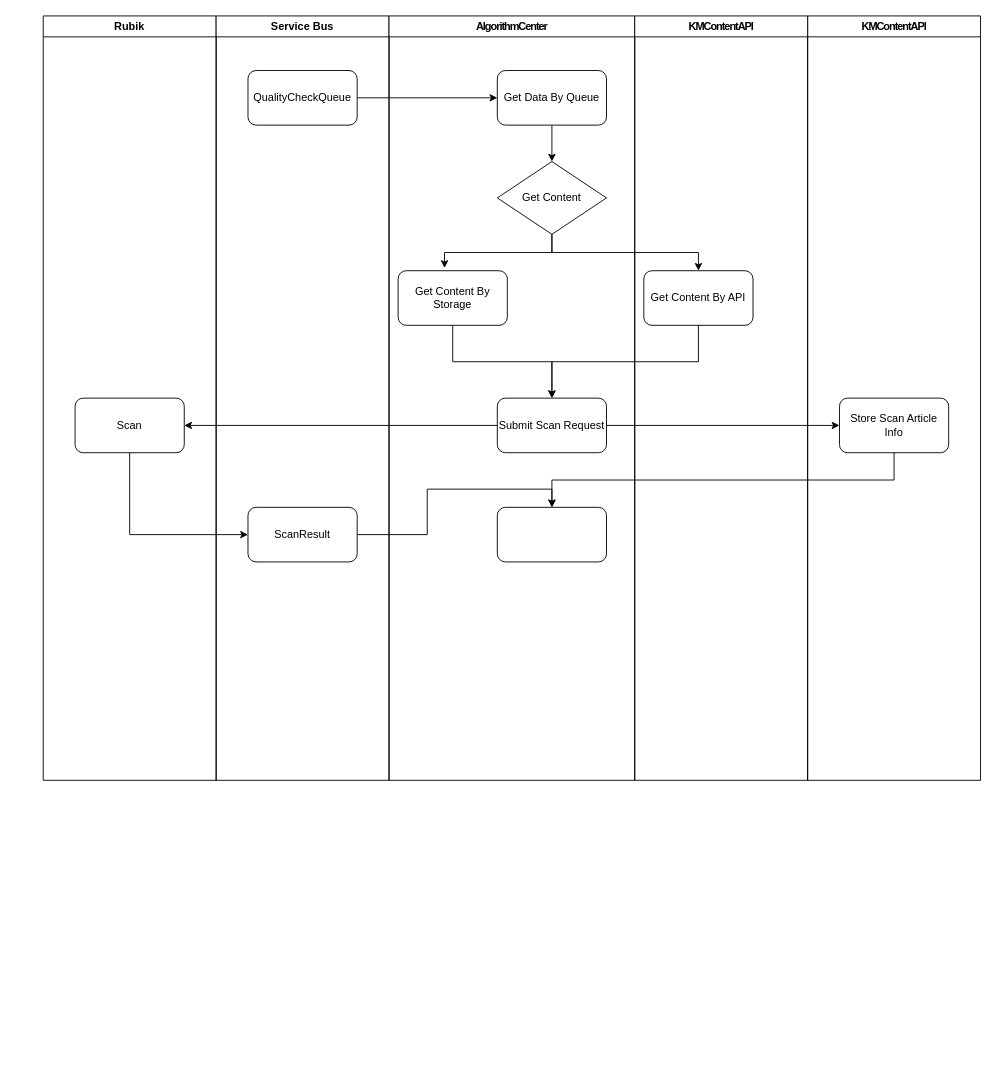
This is page "Page-1" (1 of 2) of KMAlgorithmCenterFunction.drawio from hy986/Repo_0110, a draw.io file, before an edit. Source tidied: cells renumbered, new cells numbered last; positions are measured from the earlier drawing's top-left corner, leaving out a move shared by most shapes. Both pictures are drawn from the tidied source at 91%, with x=0, y=0 at pixel (43, 15).
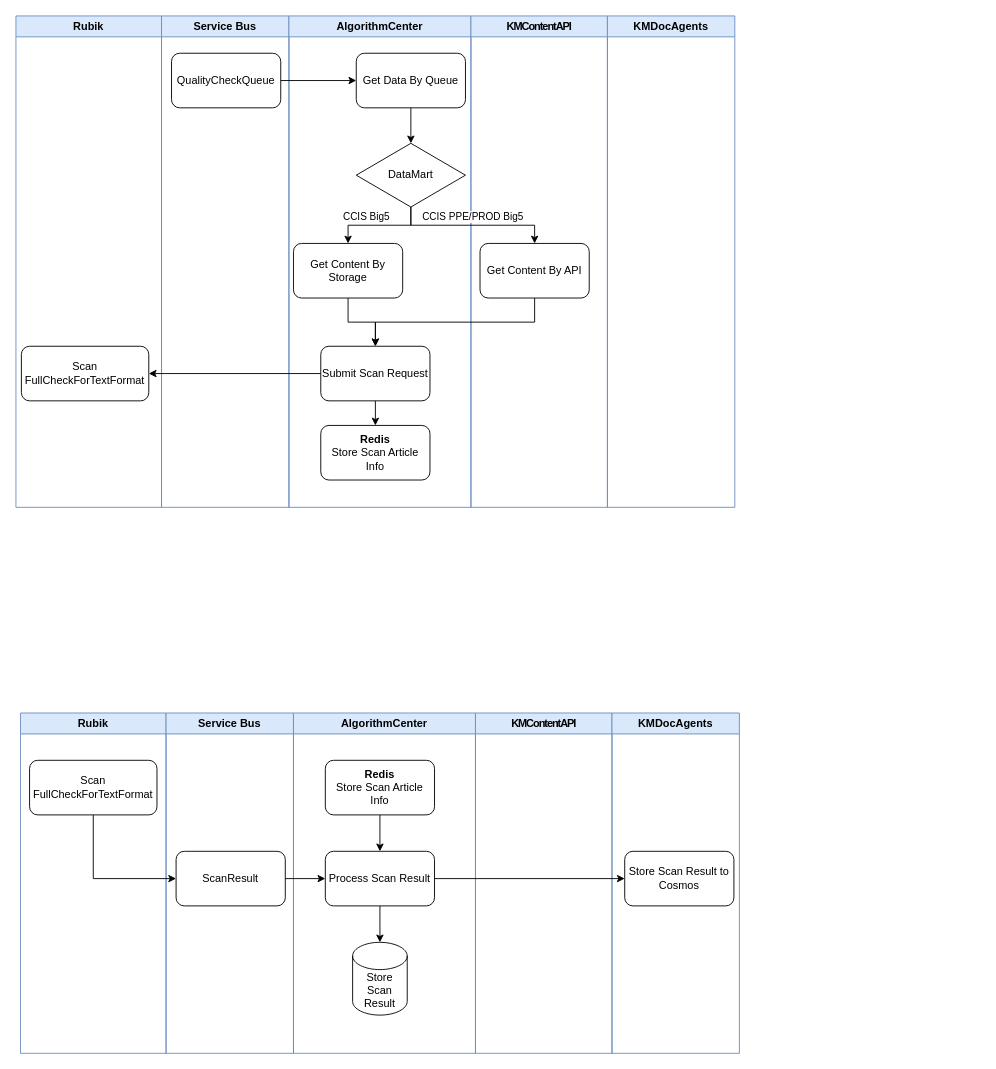
The same page after the edit.

Unchanged cells that the change refers to:
```xml
<mxCell id="21" style="edgeStyle=orthogonalEdgeStyle;rounded=0;jettySize=auto;html=1;exitX=0.5;exitY=1;exitDx=0;exitDy=0;" parent="1" edge="1" source="10" target="20">
  <mxGeometry relative="1" as="geometry" />
</mxCell>
```

The edit, as a diff of the source:
```diff
@@
-    <mxCell id="2" value="Rubik" style="swimlane;whiteSpace=wrap;html=1;" parent="1" vertex="1">
-      <mxGeometry width="190" height="840" as="geometry" />
+    <mxCell id="2" value="Rubik" style="swimlane;whiteSpace=wrap;html=1;fillColor=#dae8fc;strokeColor=#6c8ebf;" parent="1" vertex="1">
+      <mxGeometry x="-30" width="160" height="540" as="geometry" />
     </mxCell>
-    <mxCell id="3" value="Scan" style="rounded=1;whiteSpace=wrap;html=1;" parent="2" vertex="1">
-      <mxGeometry x="35" y="420" width="120" height="60" as="geometry" />
+    <mxCell id="3" value="Scan&lt;br&gt;FullCheckForTextFormat" style="rounded=1;whiteSpace=wrap;html=1;" parent="2" vertex="1">
+      <mxGeometry x="6" y="363" width="140" height="60" as="geometry" />
     </mxCell>
-    <mxCell id="4" value="Service Bus" style="swimlane;whiteSpace=wrap;html=1;" parent="1" vertex="1">
-      <mxGeometry x="190" width="190" height="840" as="geometry" />
+    <mxCell id="4" value="Service Bus" style="swimlane;whiteSpace=wrap;html=1;fillColor=#dae8fc;strokeColor=#6c8ebf;" parent="1" vertex="1">
+      <mxGeometry x="130" width="140" height="540" as="geometry" />
     </mxCell>
     <mxCell id="5" value="QualityCheckQueue" style="rounded=1;whiteSpace=wrap;html=1;" parent="4" vertex="1">
-      <mxGeometry x="35" y="60" width="120" height="60" as="geometry" />
+      <mxGeometry x="11" y="41" width="120" height="60" as="geometry" />
     </mxCell>
-    <mxCell id="6" value="ScanResult" style="rounded=1;whiteSpace=wrap;html=1;" parent="4" vertex="1">
-      <mxGeometry x="35" y="540" width="120" height="60" as="geometry" />
-    </mxCell>
-    <mxCell id="7" value="&lt;span style=&quot;letter-spacing: -1.12px; text-align: start; text-wrap: nowrap; background-color: rgb(255, 255, 255);&quot;&gt;&lt;font style=&quot;font-size: 12px;&quot;&gt;AlgorithmCenter&lt;/font&gt;&lt;/span&gt;" style="swimlane;whiteSpace=wrap;html=1;startSize=23;" parent="1" vertex="1">
-      <mxGeometry x="380" width="270" height="840" as="geometry" />
+    <mxCell id="7" value="AlgorithmCenter" style="swimlane;whiteSpace=wrap;html=1;startSize=23;fillColor=#dae8fc;strokeColor=#6c8ebf;" parent="1" vertex="1">
+      <mxGeometry x="270" width="200" height="540" as="geometry" />
     </mxCell>
@@
     <mxCell id="9" value="Get Data By Queue" style="rounded=1;whiteSpace=wrap;html=1;" parent="7" vertex="1">
-      <mxGeometry x="119" y="60" width="120" height="60" as="geometry" />
+      <mxGeometry x="74" y="41" width="120" height="60" as="geometry" />
     </mxCell>
-    <mxCell id="10" value="Get Content" style="rhombus;whiteSpace=wrap;html=1;" parent="7" vertex="1">
-      <mxGeometry x="119" y="160" width="120" height="80" as="geometry" />
+    <mxCell id="10" value="DataMart" style="rhombus;whiteSpace=wrap;html=1;" parent="7" vertex="1">
+      <mxGeometry x="74" y="140" width="120" height="70" as="geometry" />
     </mxCell>
@@
     <mxCell id="12" value="Get Content By Storage" style="rounded=1;whiteSpace=wrap;html=1;" parent="7" vertex="1">
-      <mxGeometry x="10" y="280" width="120" height="60" as="geometry" />
+      <mxGeometry x="5" y="250" width="120" height="60" as="geometry" />
     </mxCell>
-    <mxCell id="13" style="edgeStyle=orthogonalEdgeStyle;rounded=0;jettySize=auto;html=1;exitX=0.5;exitY=1;exitDx=0;exitDy=0;entryX=0.425;entryY=-0.05;entryDx=0;entryDy=0;entryPerimeter=0;" parent="7" edge="1" source="10" target="12">
+    <mxCell id="13" style="edgeStyle=orthogonalEdgeStyle;rounded=0;jettySize=auto;html=1;exitX=0.5;exitY=1;exitDx=0;exitDy=0;entryX=0.5;entryY=0;entryDx=0;entryDy=0;" parent="7" edge="1" source="10" target="12">
       <mxGeometry relative="1" as="geometry" />
     </mxCell>
+    <mxCell id="28" value="CCIS Big5" style="edgeLabel;html=1;align=center;verticalAlign=middle;" parent="13" vertex="1">
+      <mxGeometry x="0.46" relative="1" as="geometry">
+        <mxPoint x="10" y="-10" as="offset" />
+      </mxGeometry>
+    </mxCell>
+    <mxCell id="25" style="edgeStyle=orthogonalEdgeStyle;rounded=0;jettySize=auto;html=1;exitX=0.5;exitY=1;exitDx=0;exitDy=0;entryX=0.5;entryY=0;entryDx=0;entryDy=0;" parent="7" edge="1" source="14" target="17">
+      <mxGeometry relative="1" as="geometry" />
+    </mxCell>
     <mxCell id="14" value="Submit Scan Request" style="rounded=1;whiteSpace=wrap;html=1;" parent="7" vertex="1">
-      <mxGeometry x="119" y="420" width="120" height="60" as="geometry" />
+      <mxGeometry x="35" y="363" width="120" height="60" as="geometry" />
     </mxCell>
-    <mxCell id="15" style="rounded=1;whiteSpace=wrap;html=1;" parent="7" vertex="1">
-      <mxGeometry x="119" y="540" width="120" height="60" as="geometry" />
-    </mxCell>
-    <mxCell id="16" value="&lt;div style=&quot;text-align: start;&quot;&gt;&lt;span style=&quot;letter-spacing: -1.12px; text-wrap: nowrap;&quot;&gt;KMContentAPI&lt;/span&gt;&lt;br&gt;&lt;/div&gt;" style="swimlane;whiteSpace=wrap;html=1;startSize=23;" parent="1" vertex="1">
-      <mxGeometry x="840" width="190" height="840" as="geometry" />
-    </mxCell>
-    <mxCell id="17" value="Store Scan Article Info" style="rounded=1;whiteSpace=wrap;html=1;" parent="16" vertex="1">
-      <mxGeometry x="35" y="420" width="120" height="60" as="geometry" />
+    <mxCell id="17" value="&lt;b&gt;Redis&lt;/b&gt;&lt;br&gt;Store Scan Article Info" style="rounded=1;whiteSpace=wrap;html=1;" parent="7" vertex="1">
+      <mxGeometry x="35" y="450" width="120" height="60" as="geometry" />
     </mxCell>
@@
-    <mxCell id="19" value="&lt;div style=&quot;text-align: start;&quot;&gt;&lt;span style=&quot;letter-spacing: -1.12px; text-wrap: nowrap;&quot;&gt;KMContentAPI&lt;/span&gt;&lt;br&gt;&lt;/div&gt;" style="swimlane;whiteSpace=wrap;html=1;startSize=23;" parent="1" vertex="1">
-      <mxGeometry x="650" width="190" height="840" as="geometry" />
+    <mxCell id="19" value="&lt;div style=&quot;text-align: start;&quot;&gt;&lt;span style=&quot;letter-spacing: -1.12px; text-wrap: nowrap;&quot;&gt;KMContentAPI&lt;/span&gt;&lt;br&gt;&lt;/div&gt;" style="swimlane;whiteSpace=wrap;html=1;startSize=23;fillColor=#dae8fc;strokeColor=#6c8ebf;" parent="1" vertex="1">
+      <mxGeometry x="470" width="150" height="540" as="geometry" />
     </mxCell>
     <mxCell id="20" value="Get Content By API" style="rounded=1;whiteSpace=wrap;html=1;" parent="19" vertex="1">
-      <mxGeometry x="10" y="280" width="120" height="60" as="geometry" />
+      <mxGeometry x="10" y="250" width="120" height="60" as="geometry" />
     </mxCell>
@@
+    <mxCell id="29" value="CCIS PPE/PROD Big5" style="edgeLabel;html=1;align=center;verticalAlign=middle;" parent="21" vertex="1">
+      <mxGeometry x="-0.01" y="1" relative="1" as="geometry">
+        <mxPoint y="-9" as="offset" />
+      </mxGeometry>
+    </mxCell>
@@
-    <mxCell id="24" style="edgeStyle=orthogonalEdgeStyle;rounded=0;jettySize=auto;html=1;exitX=0.5;exitY=1;exitDx=0;exitDy=0;entryX=0;entryY=0.5;entryDx=0;entryDy=0;" parent="1" edge="1" source="3" target="6">
-      <mxGeometry relative="1" as="geometry" />
-    </mxCell>
-    <mxCell id="25" style="edgeStyle=orthogonalEdgeStyle;rounded=0;jettySize=auto;html=1;exitX=1;exitY=0.5;exitDx=0;exitDy=0;entryX=0;entryY=0.5;entryDx=0;entryDy=0;" parent="1" edge="1" source="14" target="17">
-      <mxGeometry relative="1" as="geometry" />
-    </mxCell>
-    <mxCell id="26" style="edgeStyle=orthogonalEdgeStyle;rounded=0;jettySize=auto;html=1;exitX=1;exitY=0.5;exitDx=0;exitDy=0;entryX=0.5;entryY=0;entryDx=0;entryDy=0;" parent="1" edge="1" source="6" target="15">
-      <mxGeometry relative="1" as="geometry" />
-    </mxCell>
-    <mxCell id="27" style="edgeStyle=orthogonalEdgeStyle;rounded=0;jettySize=auto;html=1;exitX=0.5;exitY=1;exitDx=0;exitDy=0;" parent="1" edge="1" source="17" target="15">
-      <mxGeometry relative="1" as="geometry" />
-    </mxCell>
+    <mxCell id="30" value="KMDocAgents" style="swimlane;whiteSpace=wrap;html=1;fillColor=#dae8fc;strokeColor=#6c8ebf;" parent="1" vertex="1">
+      <mxGeometry x="620" width="140" height="540" as="geometry" />
+    </mxCell>
+    <mxCell id="31" value="Rubik" style="swimlane;whiteSpace=wrap;html=1;fillColor=#dae8fc;strokeColor=#6c8ebf;" parent="1" vertex="1">
+      <mxGeometry x="-25" y="766" width="160" height="374" as="geometry" />
+    </mxCell>
+    <mxCell id="32" value="Scan&lt;br&gt;FullCheckForTextFormat" style="rounded=1;whiteSpace=wrap;html=1;" parent="31" vertex="1">
+      <mxGeometry x="10" y="52" width="140" height="60" as="geometry" />
+    </mxCell>
+    <mxCell id="33" value="Service Bus" style="swimlane;whiteSpace=wrap;html=1;fillColor=#dae8fc;strokeColor=#6c8ebf;" parent="1" vertex="1">
+      <mxGeometry x="135" y="766" width="140" height="374" as="geometry" />
+    </mxCell>
+    <mxCell id="6" value="ScanResult" style="rounded=1;whiteSpace=wrap;html=1;" parent="33" vertex="1">
+      <mxGeometry x="11" y="152" width="120" height="60" as="geometry" />
+    </mxCell>
+    <mxCell id="34" value="AlgorithmCenter" style="swimlane;whiteSpace=wrap;html=1;startSize=23;fillColor=#dae8fc;strokeColor=#6c8ebf;" parent="1" vertex="1">
+      <mxGeometry x="275" y="766" width="200" height="374" as="geometry" />
+    </mxCell>
+    <mxCell id="35" style="edgeStyle=orthogonalEdgeStyle;rounded=0;jettySize=auto;html=1;exitX=0.5;exitY=1;exitDx=0;exitDy=0;" parent="34" edge="1" source="36" target="37">
+      <mxGeometry relative="1" as="geometry" />
+    </mxCell>
+    <mxCell id="36" value="Process Scan Result" style="rounded=1;whiteSpace=wrap;html=1;" parent="34" vertex="1">
+      <mxGeometry x="35" y="152" width="120" height="60" as="geometry" />
+    </mxCell>
+    <mxCell id="37" value="Store Scan Result" style="shape=cylinder3;whiteSpace=wrap;html=1;boundedLbl=1;backgroundOutline=1;size=15;" parent="34" vertex="1">
+      <mxGeometry x="65" y="252" width="60" height="80" as="geometry" />
+    </mxCell>
+    <mxCell id="38" value="&lt;b&gt;Redis&lt;/b&gt;&lt;br&gt;Store Scan Article Info" style="rounded=1;whiteSpace=wrap;html=1;" parent="34" vertex="1">
+      <mxGeometry x="35" y="52" width="120" height="60" as="geometry" />
+    </mxCell>
+    <mxCell id="39" style="edgeStyle=orthogonalEdgeStyle;rounded=0;jettySize=auto;html=1;exitX=0.5;exitY=1;exitDx=0;exitDy=0;" parent="34" edge="1" source="38" target="36">
+      <mxGeometry relative="1" as="geometry" />
+    </mxCell>
+    <mxCell id="16" value="&lt;div style=&quot;text-align: start;&quot;&gt;&lt;span style=&quot;letter-spacing: -1.12px; text-wrap: nowrap;&quot;&gt;KMContentAPI&lt;/span&gt;&lt;br&gt;&lt;/div&gt;" style="swimlane;whiteSpace=wrap;html=1;startSize=23;fillColor=#dae8fc;strokeColor=#6c8ebf;" parent="1" vertex="1">
+      <mxGeometry x="475" y="766" width="150" height="374" as="geometry" />
+    </mxCell>
+    <mxCell id="40" style="edgeStyle=orthogonalEdgeStyle;rounded=0;jettySize=auto;html=1;exitX=0.5;exitY=1;exitDx=0;exitDy=0;entryX=0;entryY=0.5;entryDx=0;entryDy=0;" parent="1" edge="1" source="32" target="6">
+      <mxGeometry relative="1" as="geometry" />
+    </mxCell>
+    <mxCell id="41" style="edgeStyle=orthogonalEdgeStyle;rounded=0;jettySize=auto;html=1;exitX=1;exitY=0.5;exitDx=0;exitDy=0;entryX=0;entryY=0.5;entryDx=0;entryDy=0;" parent="1" edge="1" source="6" target="36">
+      <mxGeometry relative="1" as="geometry" />
+    </mxCell>
+    <mxCell id="42" value="KMDocAgents" style="swimlane;whiteSpace=wrap;html=1;fillColor=#dae8fc;strokeColor=#6c8ebf;" parent="1" vertex="1">
+      <mxGeometry x="625" y="766" width="140" height="374" as="geometry" />
+    </mxCell>
+    <mxCell id="43" value="Store Scan Result to Cosmos" style="rounded=1;whiteSpace=wrap;html=1;" parent="42" vertex="1">
+      <mxGeometry x="14" y="152" width="120" height="60" as="geometry" />
+    </mxCell>
+    <mxCell id="44" style="edgeStyle=orthogonalEdgeStyle;rounded=0;jettySize=auto;html=1;exitX=1;exitY=0.5;exitDx=0;exitDy=0;" parent="1" edge="1" source="36" target="43">
+      <mxGeometry relative="1" as="geometry" />
+    </mxCell>
```
